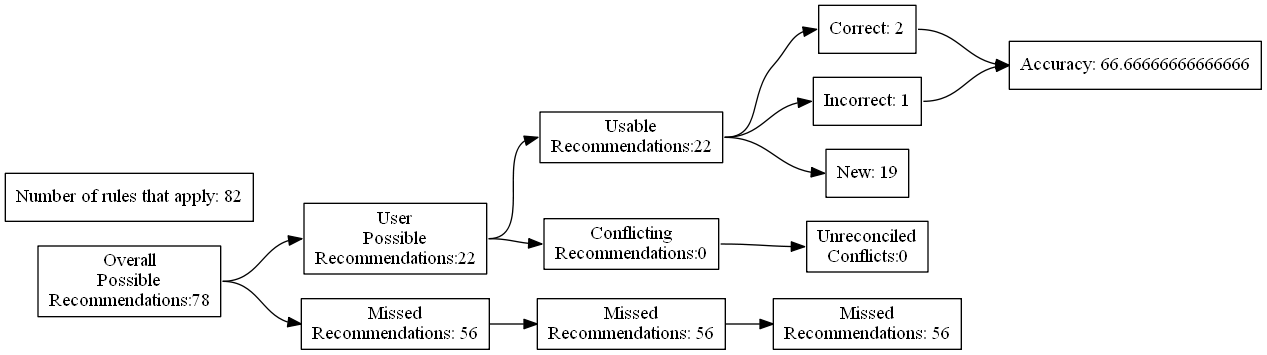
ZaxR/ibd_diet_analysis keeps this Graphviz diagram as test_renders/13.gv.png. Above is the earlier version. Its source is kept beside it as test_renders/13.gv.
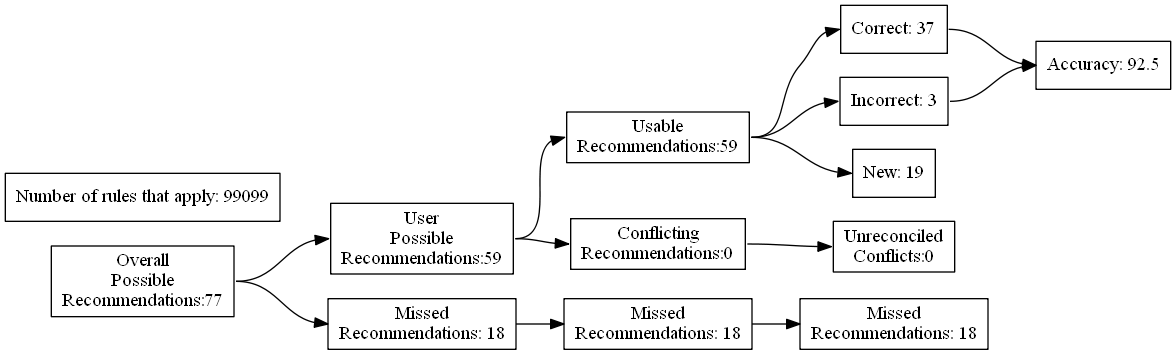
After the commit.

What changed in the source:
```diff
@@ -4,27 +4,27 @@
 	edge [headport=w tailport=e]
 		A [label="Overall
 Possible
-Recommendations:78"]
+Recommendations:77"]
 		B [label="User
 Possible
-Recommendations:22"]
+Recommendations:59"]
 		C [label="Missed
-Recommendations: 56"]
+Recommendations: 18"]
 		D [label="Usable
-Recommendations:22"]
+Recommendations:59"]
 		E [label="Conflicting
 Recommendations:0"]
 		J [label="Missed
-Recommendations: 56"]
+Recommendations: 18"]
 		M [label="Unreconciled
 Conflicts:0"]
-		F [label="Correct: 2"]
-		G [label="Incorrect: 1"]
+		F [label="Correct: 37"]
+		G [label="Incorrect: 3"]
 		H [label="New: 19"]
 		K [label="Missed
-Recommendations: 56"]
-		I [label="Accuracy: 66.66666666666666"]
-		l [label="Number of rules that apply: 82"]
+Recommendations: 18"]
+		I [label="Accuracy: 92.5"]
+		l [label="Number of rules that apply: 99099"]
 			A -> B
 			A -> C
 			B -> D
```
